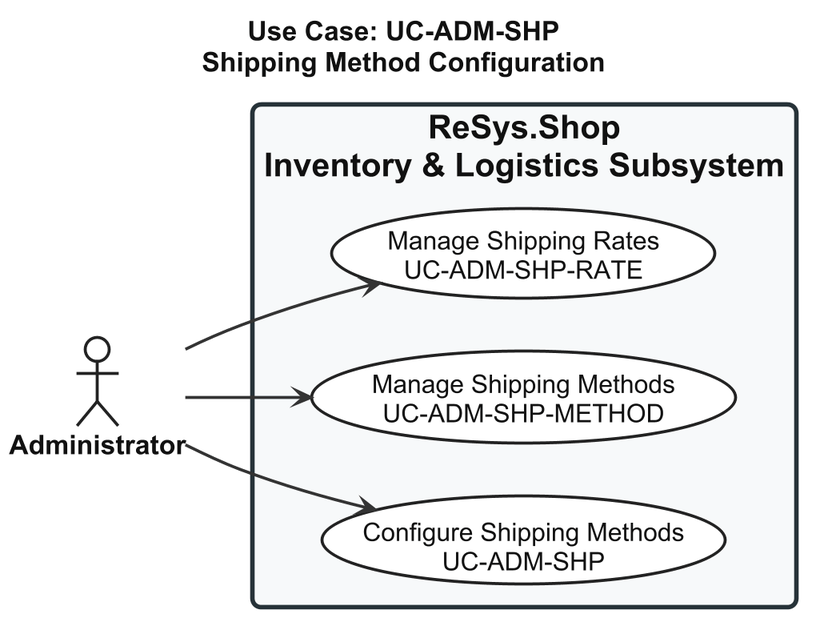
This is thesis/figures/chapters/part2/ch2-design/02-use-cases/diagrams/P2S2.2.2_usecase-shipping-method.png from qingfa-dev/ReSys.Shop, a PlantUML export, as it was before one commit.
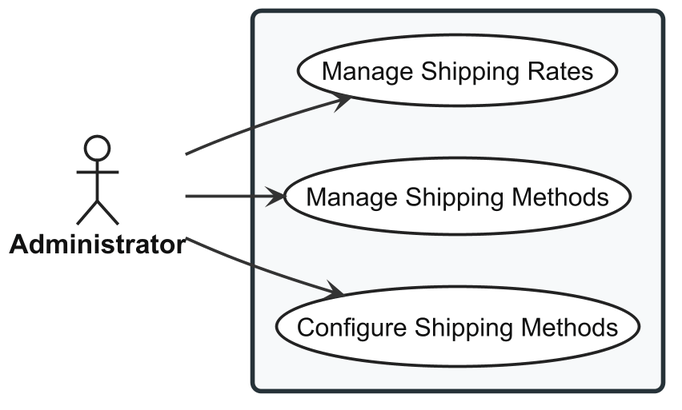
The same file after the commit.

Diff of the diagram source:
```diff
@@ -56,17 +56,16 @@
 
 </style>
 
-title Use Case: UC-ADM-SHP\nShipping Method Configuration
 
 actor "Administrator" as Admin
 
-rectangle "ReSys.Shop\nInventory & Logistics Subsystem" {
+rectangle {
 
-  usecase "Configure Shipping Methods\nUC-ADM-SHP" as UC_MAIN
+  usecase "Configure Shipping Methods" as UC_MAIN
 
-  usecase "Manage Shipping Methods\nUC-ADM-SHP-METHOD" as UC_METHOD
+  usecase "Manage Shipping Methods" as UC_METHOD
 
-  usecase "Manage Shipping Rates\nUC-ADM-SHP-RATE" as UC_RATE
+  usecase "Manage Shipping Rates" as UC_RATE
 
 }
 
```
